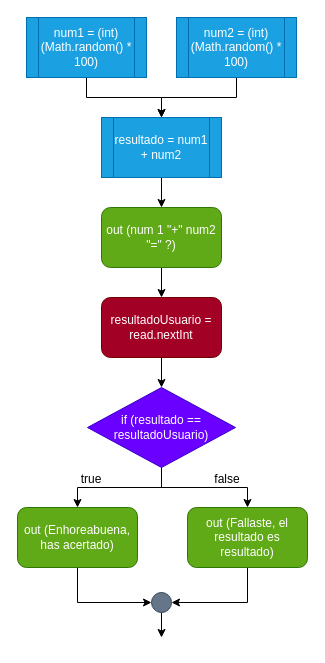
This is page "Ejercicio 6" (6 of 8) of diagramas/Diagramas.drawio from antonionavarro04/EjerciciosT2-AntonioNavarro, a draw.io file, before an edit. Source tidied: cells renumbered, new cells numbered last; positions are measured from the earlier drawing's top-left corner, leaving out a move shared by most shapes. Both pictures are drawn from the tidied source at 100%, with x=0, y=0 at pixel (17, 17).
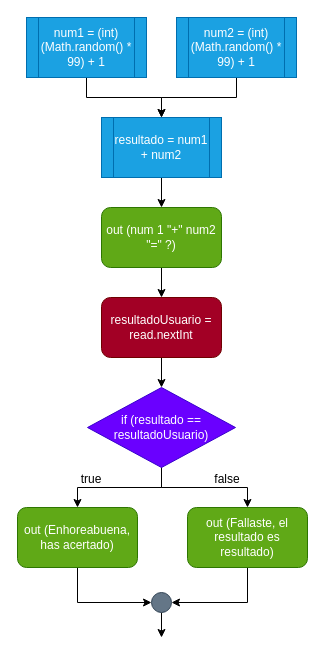
The same diagram, later.

Diff of the diagram source:
```diff
@@
-    <mxCell id="3" value="num1 = (int) (Math.random() * 100)" style="shape=process;whiteSpace=wrap;html=1;backgroundOutline=1;fillColor=#1ba1e2;fontColor=#ffffff;strokeColor=#006EAF;" parent="1" vertex="1">
+    <mxCell id="3" value="num1 = (int) (Math.random() * 99) + 1" style="shape=process;whiteSpace=wrap;html=1;backgroundOutline=1;fillColor=#1ba1e2;fontColor=#ffffff;strokeColor=#006EAF;" parent="1" vertex="1">
       <mxGeometry x="9" width="120" height="60" as="geometry" />
     </mxCell>
@@
-    <mxCell id="5" value="num2 = (int) (Math.random() * 100)" style="shape=process;whiteSpace=wrap;html=1;backgroundOutline=1;fillColor=#1ba1e2;fontColor=#ffffff;strokeColor=#006EAF;" parent="1" vertex="1">
+    <mxCell id="5" value="num2 = (int) (Math.random() * 99) + 1" style="shape=process;whiteSpace=wrap;html=1;backgroundOutline=1;fillColor=#1ba1e2;fontColor=#ffffff;strokeColor=#006EAF;" parent="1" vertex="1">
       <mxGeometry x="159" width="120" height="60" as="geometry" />
     </mxCell>
```
